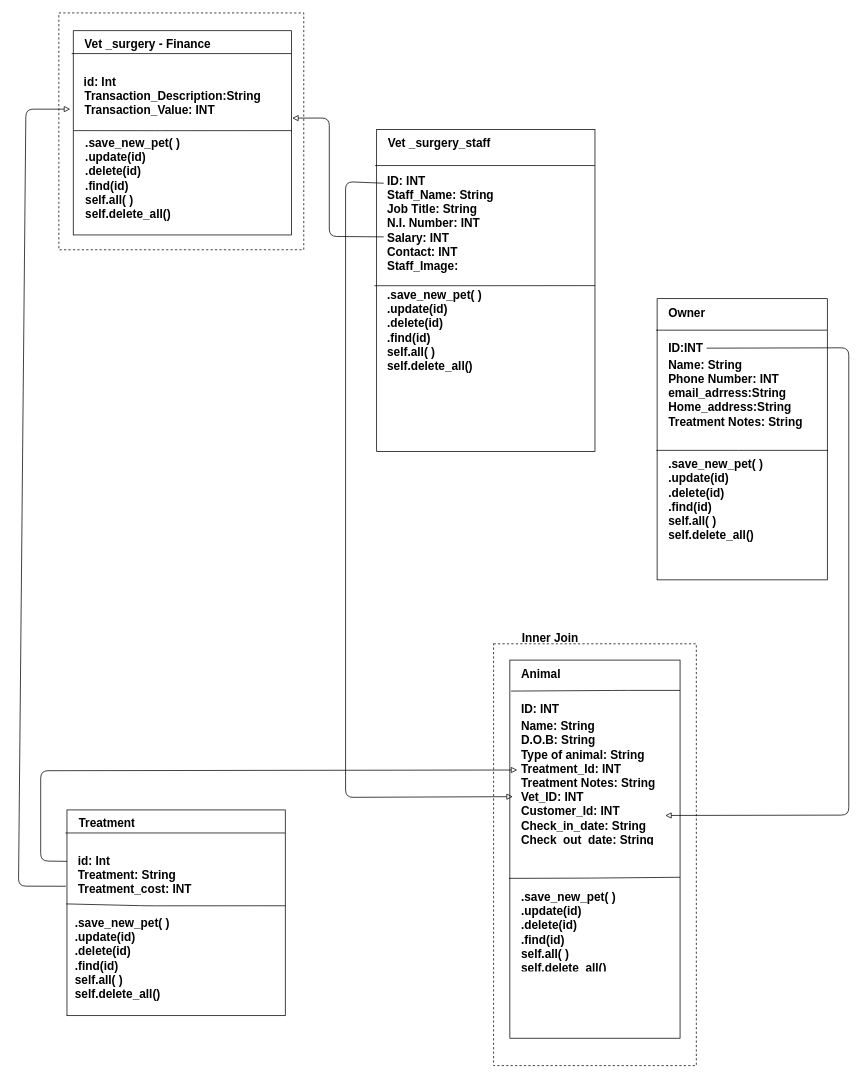
The draw.io diagram classdiagram.drawio in brad90/Week4_Project_Vet_Surgery, before the edit. Source tidied: cells renumbered, new cells numbered last; positions are measured from the earlier drawing's top-left corner, leaving out a move shared by most shapes. Both pictures are drawn from the tidied source at 74%, with x=0, y=0 at pixel (18, 13).
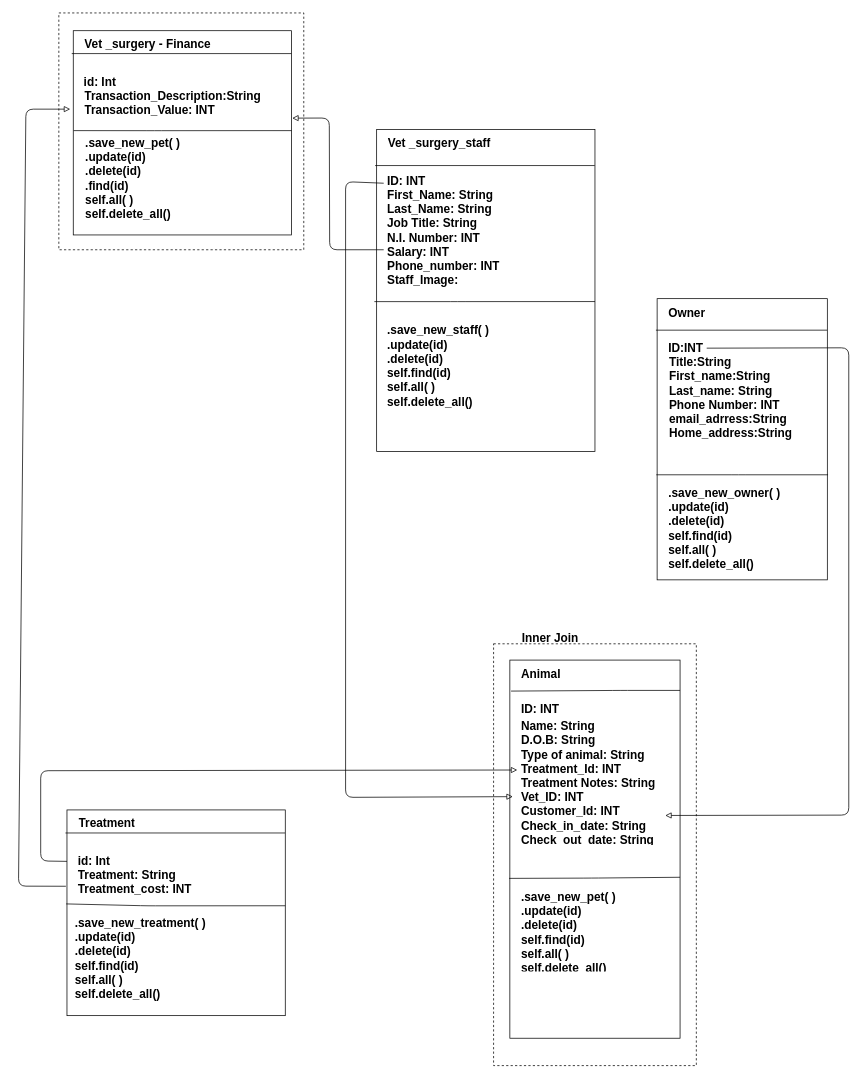
The same diagram, later.

The change refers to these unchanged cells:
```xml
<mxCell id="27" style="rounded=0;whiteSpace=wrap;html=1;fontSize=22;" parent="1" vertex="1">
  <mxGeometry x="73.5" y="24" width="295" height="276" as="geometry" />
</mxCell>
```

Diff of the diagram source:
```diff
@@
-    <mxCell id="7" value="&lt;font size=&quot;3&quot;&gt;&lt;b&gt;.save_new_pet( )&amp;nbsp;&lt;br&gt;.update(id)&lt;br&gt;.delete(id)&amp;nbsp;&lt;br&gt;&lt;/b&gt;&lt;/font&gt;&lt;b&gt;&lt;font style=&quot;font-size: 16px&quot;&gt;.find(id)&amp;nbsp;&lt;/font&gt;&lt;/b&gt;&lt;font size=&quot;3&quot;&gt;&lt;b&gt;&lt;br&gt;self.all( )&lt;br&gt;self.delete_all()&lt;br&gt;&lt;br&gt;&lt;br&gt;&lt;/b&gt;&lt;/font&gt;" style="text;html=1;strokeColor=none;fillColor=none;spacing=5;spacingTop=-20;whiteSpace=wrap;overflow=hidden;rounded=0;fontSize=12;" parent="1" vertex="1">
+    <mxCell id="7" value="&lt;font size=&quot;3&quot;&gt;&lt;b&gt;.save_new_pet( )&amp;nbsp;&lt;br&gt;.update(id)&lt;br&gt;.delete(id)&amp;nbsp;&lt;br&gt;&lt;/b&gt;&lt;/font&gt;&lt;b&gt;&lt;font style=&quot;font-size: 16px&quot;&gt;self.find(id)&amp;nbsp;&lt;/font&gt;&lt;/b&gt;&lt;font size=&quot;3&quot;&gt;&lt;b&gt;&lt;br&gt;self.all( )&lt;br&gt;self.delete_all()&lt;br&gt;&lt;br&gt;&lt;br&gt;&lt;/b&gt;&lt;/font&gt;" style="text;html=1;strokeColor=none;fillColor=none;spacing=5;spacingTop=-20;whiteSpace=wrap;overflow=hidden;rounded=0;fontSize=12;" parent="1" vertex="1">
       <mxGeometry x="673.5" y="1194.5" width="200" height="101" as="geometry" />
     </mxCell>
@@
-    <mxCell id="12" value="&lt;font size=&quot;3&quot;&gt;&lt;b&gt;Staff_Name: String&lt;br&gt;Job&amp;nbsp;Title: String&amp;nbsp;&lt;br&gt;N.I. Number: INT&lt;br&gt;Salary: INT&amp;nbsp;&lt;br&gt;Contact: INT&lt;br&gt;Staff_Image:&amp;nbsp;&lt;br&gt;&lt;/b&gt;&lt;/font&gt;" style="text;html=1;strokeColor=none;fillColor=none;spacing=5;spacingTop=-20;whiteSpace=wrap;overflow=hidden;rounded=0;fontSize=12;" parent="1" vertex="1">
-      <mxGeometry x="493" y="246.6" width="200" height="112" as="geometry" />
+    <mxCell id="12" value="&lt;font size=&quot;3&quot;&gt;&lt;b&gt;First_Name: String&lt;br&gt;Last_Name: String&amp;nbsp;&lt;br&gt;Job&amp;nbsp;Title: String&amp;nbsp;&lt;br&gt;N.I. Number: INT&lt;br&gt;Salary: INT&amp;nbsp;&lt;br&gt;Phone_number: INT&lt;br&gt;Staff_Image:&amp;nbsp;&lt;br&gt;&lt;/b&gt;&lt;/font&gt;" style="text;html=1;strokeColor=none;fillColor=none;spacing=5;spacingTop=-20;whiteSpace=wrap;overflow=hidden;rounded=0;fontSize=12;" parent="1" vertex="1">
+      <mxGeometry x="493" y="247" width="200" height="133" as="geometry" />
     </mxCell>
-    <mxCell id="13" value="&lt;font size=&quot;3&quot;&gt;&lt;b&gt;.save_new_pet( )&amp;nbsp;&lt;br&gt;.update(id)&lt;br&gt;.delete(id)&amp;nbsp;&lt;br&gt;&lt;/b&gt;&lt;/font&gt;&lt;b&gt;&lt;font style=&quot;font-size: 16px&quot;&gt;.find(id)&amp;nbsp;&lt;/font&gt;&lt;/b&gt;&lt;font size=&quot;3&quot;&gt;&lt;b&gt;&lt;br&gt;self.all( )&lt;br&gt;self.delete_all()&lt;br&gt;&lt;br&gt;&lt;/b&gt;&lt;/font&gt;" style="text;html=1;strokeColor=none;fillColor=none;spacing=5;spacingTop=-20;whiteSpace=wrap;overflow=hidden;rounded=0;fontSize=12;" parent="1" vertex="1">
-      <mxGeometry x="493" y="381.5" width="284" height="155" as="geometry" />
+    <mxCell id="13" value="&lt;font size=&quot;3&quot;&gt;&lt;b&gt;.save_new_staff( )&amp;nbsp;&lt;br&gt;.update(id)&lt;br&gt;.delete(id)&amp;nbsp;&lt;br&gt;&lt;/b&gt;&lt;/font&gt;&lt;b&gt;&lt;font style=&quot;font-size: 16px&quot;&gt;self.find(id)&amp;nbsp;&lt;/font&gt;&lt;/b&gt;&lt;font size=&quot;3&quot;&gt;&lt;b&gt;&lt;br&gt;self.all( )&lt;br&gt;self.delete_all()&lt;br&gt;&lt;br&gt;&lt;/b&gt;&lt;/font&gt;" style="text;html=1;strokeColor=none;fillColor=none;spacing=5;spacingTop=-20;whiteSpace=wrap;overflow=hidden;rounded=0;fontSize=12;" parent="1" vertex="1">
+      <mxGeometry x="493" y="430" width="284" height="155" as="geometry" />
     </mxCell>
     <mxCell id="14" style="endArrow=none;html=1;fontSize=12;exitX=-0.014;exitY=0.555;exitDx=0;exitDy=0;exitPerimeter=0;" parent="1" edge="1">
       <mxGeometry relative="1" as="geometry">
-        <mxPoint x="480.4" y="368.6" as="sourcePoint" />
-        <mxPoint x="778.5" y="368.5" as="targetPoint" />
+        <mxPoint x="480.4" y="390.1" as="sourcePoint" />
+        <mxPoint x="778.5" y="390" as="targetPoint" />
         <Array as="points">
-          <mxPoint x="593" y="368.6" />
+          <mxPoint x="593" y="390.1" />
         </Array>
       </mxGeometry>
     </mxCell>
@@
-    <mxCell id="19" value="&lt;font size=&quot;3&quot;&gt;&lt;b&gt;Name: String&lt;br&gt;Phone Number: INT&lt;br&gt;email_adrress:String&lt;br&gt;Home_address:String&lt;br&gt;Treatment Notes: String&lt;br&gt;&lt;br&gt;&lt;br&gt;&lt;/b&gt;&lt;/font&gt;" style="text;html=1;strokeColor=none;fillColor=none;spacing=5;spacingTop=-20;whiteSpace=wrap;overflow=hidden;rounded=0;fontSize=12;" parent="1" vertex="1">
-      <mxGeometry x="872.5" y="476.1" width="200" height="130" as="geometry" />
+    <mxCell id="19" value="&lt;font size=&quot;3&quot;&gt;&lt;b&gt;&lt;br&gt;Title:String&lt;br&gt;First_name:String&lt;br&gt;Last_name: String&lt;br&gt;Phone Number: INT&lt;br&gt;email_adrress:String&lt;br&gt;Home_address:String&lt;br&gt;&lt;/b&gt;&lt;/font&gt;" style="text;html=1;strokeColor=none;fillColor=none;spacing=5;spacingTop=-20;whiteSpace=wrap;overflow=hidden;rounded=0;fontSize=12;" parent="1" vertex="1">
+      <mxGeometry x="873.5" y="454" width="200" height="156" as="geometry" />
     </mxCell>
-    <mxCell id="20" value="&lt;font size=&quot;3&quot;&gt;&lt;b&gt;.save_new_pet( )&amp;nbsp;&lt;br&gt;.update(id)&lt;br&gt;.delete(id)&amp;nbsp;&lt;br&gt;&lt;/b&gt;&lt;/font&gt;&lt;b&gt;&lt;font style=&quot;font-size: 16px&quot;&gt;.find(id)&amp;nbsp;&lt;/font&gt;&lt;/b&gt;&lt;font size=&quot;3&quot;&gt;&lt;b&gt;&lt;br&gt;self.all( )&lt;br&gt;self.delete_all()&lt;br&gt;&lt;br&gt;&lt;br&gt;&lt;/b&gt;&lt;/font&gt;" style="text;html=1;strokeColor=none;fillColor=none;spacing=5;spacingTop=-20;whiteSpace=wrap;overflow=hidden;rounded=0;fontSize=12;" parent="1" vertex="1">
-      <mxGeometry x="872.5" y="611.1" width="200" height="112" as="geometry" />
+    <mxCell id="20" value="&lt;font size=&quot;3&quot;&gt;&lt;b&gt;.save_new_owner( )&amp;nbsp;&lt;br&gt;.update(id)&lt;br&gt;.delete(id)&amp;nbsp;&lt;br&gt;&lt;/b&gt;&lt;/font&gt;&lt;b&gt;&lt;font style=&quot;font-size: 16px&quot;&gt;self.find(id)&amp;nbsp;&lt;/font&gt;&lt;/b&gt;&lt;font size=&quot;3&quot;&gt;&lt;b&gt;&lt;br&gt;self.all( )&lt;br&gt;self.delete_all()&lt;br&gt;&lt;br&gt;&lt;br&gt;&lt;/b&gt;&lt;/font&gt;" style="text;html=1;strokeColor=none;fillColor=none;spacing=5;spacingTop=-20;whiteSpace=wrap;overflow=hidden;rounded=0;fontSize=12;" parent="1" vertex="1">
+      <mxGeometry x="872.5" y="650.1" width="200" height="112" as="geometry" />
     </mxCell>
     <mxCell id="21" style="endArrow=none;html=1;fontSize=12;exitX=-0.007;exitY=0.616;exitDx=0;exitDy=0;exitPerimeter=0;" parent="1" edge="1">
       <mxGeometry relative="1" as="geometry">
-        <mxPoint x="861.4" y="591.1" as="sourcePoint" />
-        <mxPoint x="1093.5" y="591.1" as="targetPoint" />
+        <mxPoint x="861.4" y="624.1" as="sourcePoint" />
+        <mxPoint x="1093.5" y="624.1" as="targetPoint" />
         <Array as="points">
-          <mxPoint x="972.5" y="591.1" />
+          <mxPoint x="972.5" y="624.1" />
         </Array>
       </mxGeometry>
     </mxCell>
@@
-    <mxCell id="38" value="&lt;font size=&quot;3&quot;&gt;&lt;b&gt;.save_new_pet( )&amp;nbsp;&lt;br&gt;.update(id)&lt;br&gt;.delete(id)&amp;nbsp;&lt;br&gt;&lt;/b&gt;&lt;/font&gt;&lt;b&gt;&lt;font style=&quot;font-size: 16px&quot;&gt;.find(id)&amp;nbsp;&lt;/font&gt;&lt;/b&gt;&lt;font size=&quot;3&quot;&gt;&lt;b&gt;&lt;br&gt;self.all( )&lt;br&gt;self.delete_all()&lt;br&gt;&lt;br&gt;&lt;/b&gt;&lt;/font&gt;" style="text;html=1;strokeColor=none;fillColor=none;spacing=5;spacingTop=-20;whiteSpace=wrap;overflow=hidden;rounded=0;fontSize=12;" parent="1" vertex="1">
+    <mxCell id="38" value="&lt;font size=&quot;3&quot;&gt;&lt;b&gt;.save_new_treatment( )&amp;nbsp;&lt;br&gt;.update(id)&lt;br&gt;.delete(id)&amp;nbsp;&lt;br&gt;&lt;/b&gt;&lt;/font&gt;&lt;b&gt;&lt;font style=&quot;font-size: 16px&quot;&gt;self.find(id)&amp;nbsp;&lt;/font&gt;&lt;/b&gt;&lt;font size=&quot;3&quot;&gt;&lt;b&gt;&lt;br&gt;self.all( )&lt;br&gt;self.delete_all()&lt;br&gt;&lt;br&gt;&lt;/b&gt;&lt;/font&gt;" style="text;html=1;strokeColor=none;fillColor=none;spacing=5;spacingTop=-20;whiteSpace=wrap;overflow=hidden;rounded=0;fontSize=12;" parent="1" vertex="1">
       <mxGeometry x="70.5" y="1230.5" width="284" height="155" as="geometry" />
     </mxCell>
@@
-    <mxCell id="43" style="endArrow=none;html=1;fontSize=12;entryX=0;entryY=0.5;entryDx=0;entryDy=0;exitX=1.003;exitY=0.428;exitDx=0;exitDy=0;exitPerimeter=0;startArrow=block;startFill=0;" parent="1" edge="1" source="27" target="12">
+    <mxCell id="43" style="endArrow=none;html=1;fontSize=12;exitX=1.003;exitY=0.428;exitDx=0;exitDy=0;exitPerimeter=0;startArrow=block;startFill=0;" parent="1" edge="1" source="27">
       <mxGeometry relative="1" as="geometry">
+        <mxPoint x="493" y="320" as="targetPoint" />
         <Array as="points">
           <mxPoint x="419.5" y="142" />
-          <mxPoint x="419.5" y="302" />
+          <mxPoint x="420" y="320" />
         </Array>
       </mxGeometry>
     </mxCell>
```
